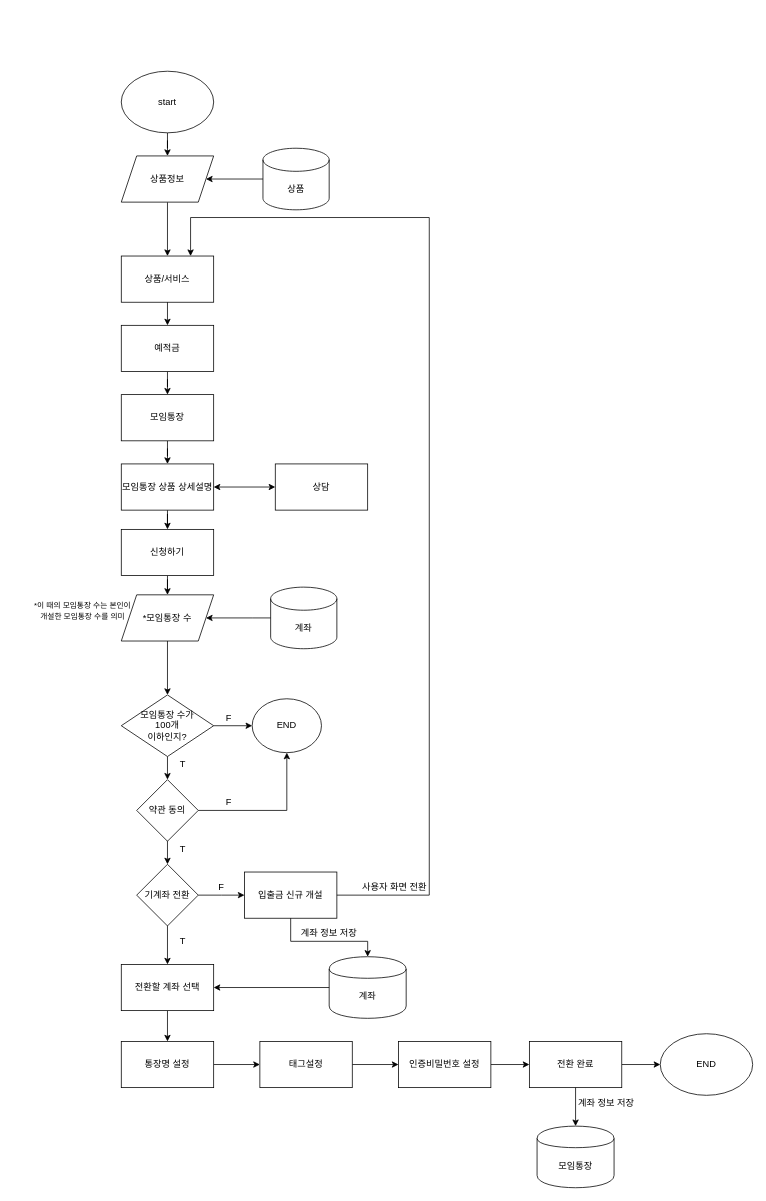
Earlier version of the draw.io diagram Untitled Diagram.drawio (h22j2n/BeakJoon). Source tidied: cells renumbered, new cells numbered last; positions are measured from the earlier drawing's top-left corner, leaving out a move shared by most shapes. Both pictures are drawn from the tidied source at 77%, with x=0, y=0 at pixel (28, 71).
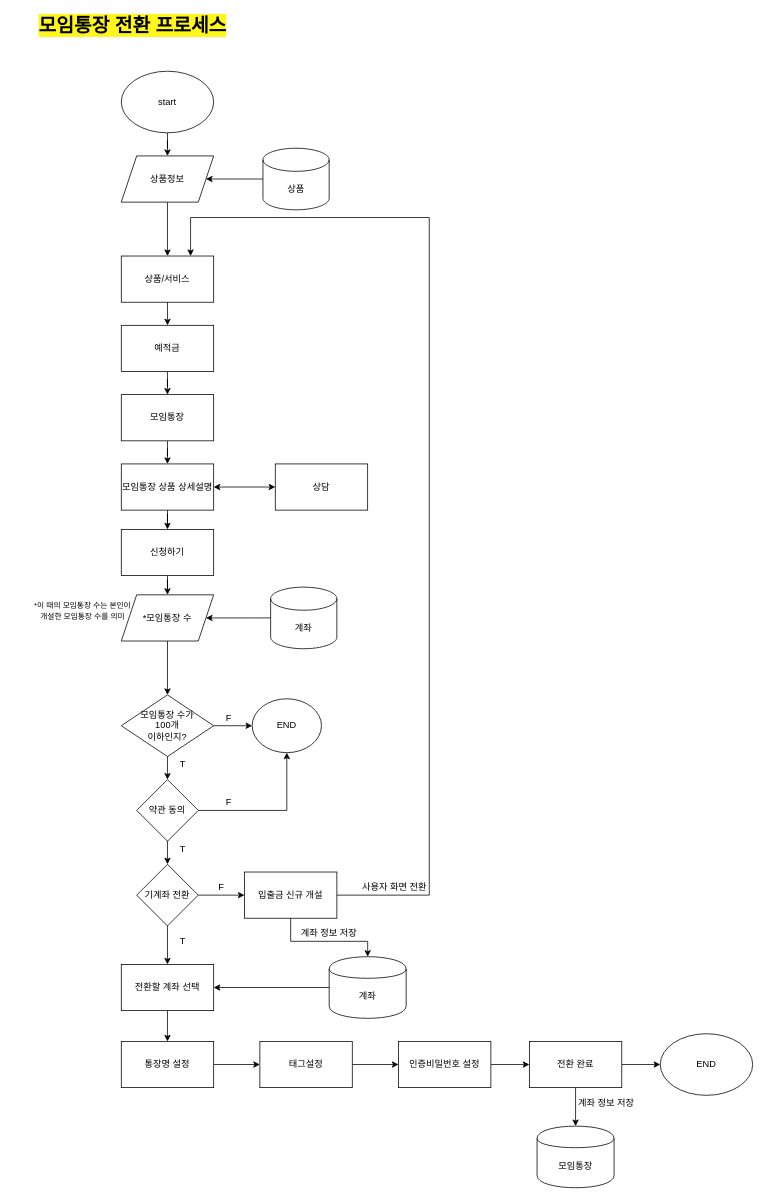
Above is the later version.

What changed in the source:
```diff
@@
+    <mxCell id="62" value="모임통장 전환 프로세스" style="text;html=1;strokeColor=none;fillColor=none;align=center;verticalAlign=middle;whiteSpace=wrap;rounded=0;fontSize=25;fontStyle=1;labelBackgroundColor=#FFF71C;" parent="1" vertex="1">
+      <mxGeometry x="-20" y="-70" width="310" height="20" as="geometry" />
+    </mxCell>
```
